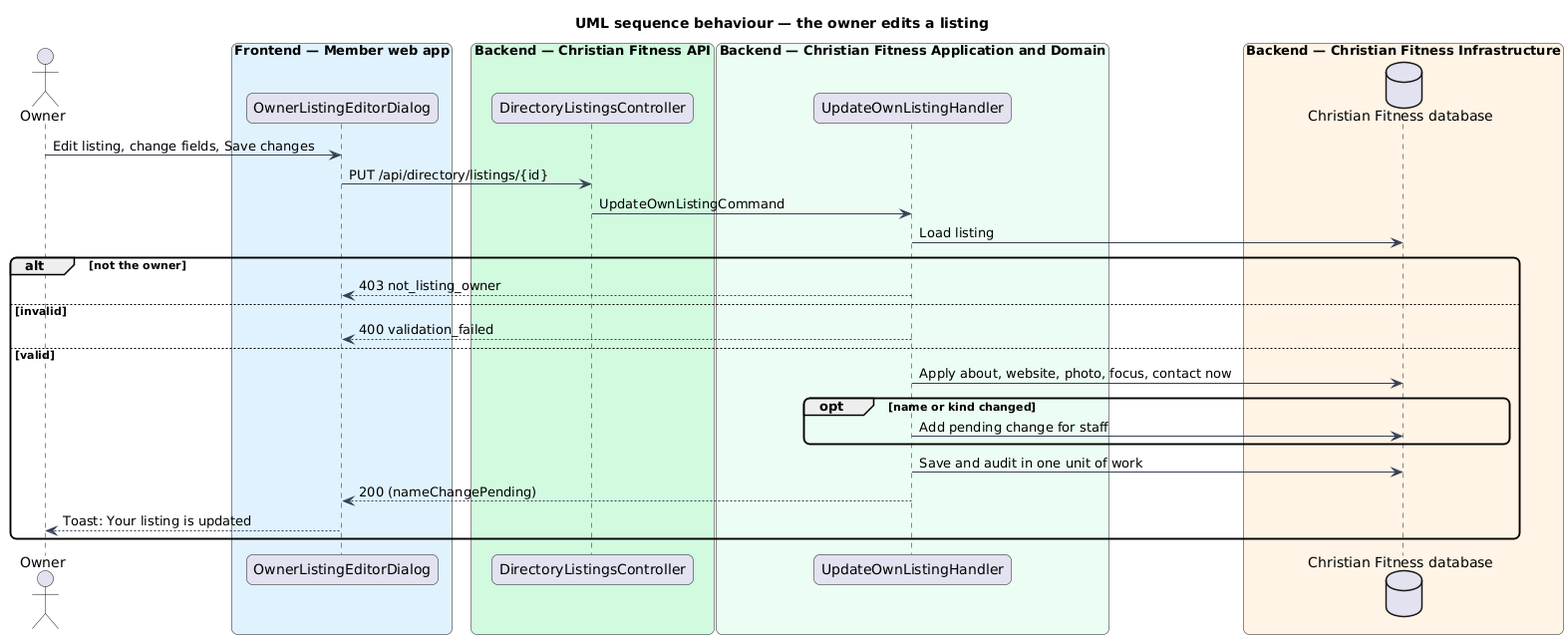
QuinntyneBrown/christian-fitness keeps this PlantUML diagram as docs/detailed-designs/directory/edit-listing/diagrams/sequence-edit.png. Above is the earlier version.
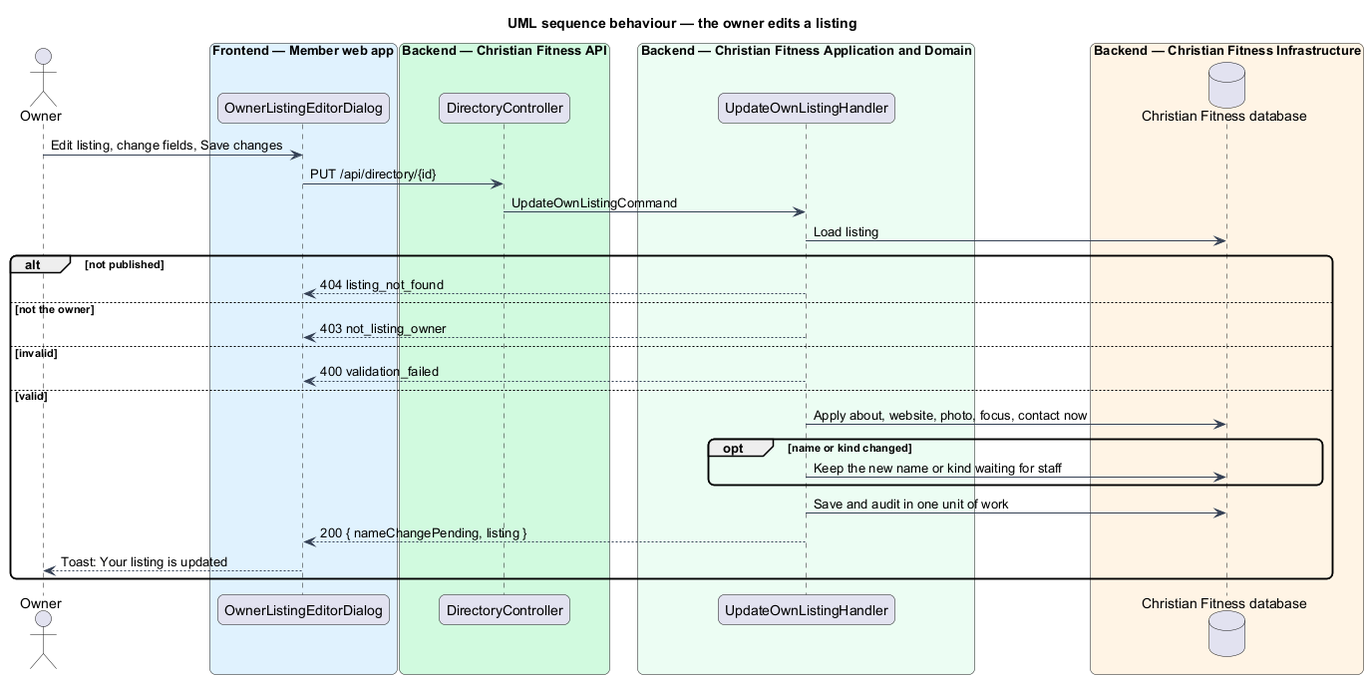
After the change.

What changed in the source:
```diff
@@ -10,7 +10,7 @@
   participant "OwnerListingEditorDialog" as dlg
 end box
 box "Backend — Christian Fitness API" #D1FADF
-  participant "DirectoryListingsController" as ctrl
+  participant "DirectoryController" as ctrl
 end box
 box "Backend — Christian Fitness Application and Domain" #ECFDF3
   participant "UpdateOwnListingHandler" as h
@@ -19,20 +19,22 @@
   database "Christian Fitness database" as db
 end box
 owner -> dlg : Edit listing, change fields, Save changes
-dlg -> ctrl : PUT /api/directory/listings/{id}
+dlg -> ctrl : PUT /api/directory/{id}
 ctrl -> h : UpdateOwnListingCommand
 h -> db : Load listing
-alt not the owner
+alt not published
+  h --> dlg : 404 listing_not_found
+else not the owner
   h --> dlg : 403 not_listing_owner
 else invalid
   h --> dlg : 400 validation_failed
 else valid
   h -> db : Apply about, website, photo, focus, contact now
   opt name or kind changed
-    h -> db : Add pending change for staff
+    h -> db : Keep the new name or kind waiting for staff
   end
   h -> db : Save and audit in one unit of work
-  h --> dlg : 200 (nameChangePending)
+  h --> dlg : 200 { nameChangePending, listing }
   dlg --> owner : Toast: Your listing is updated
 end
 @enduml
```
